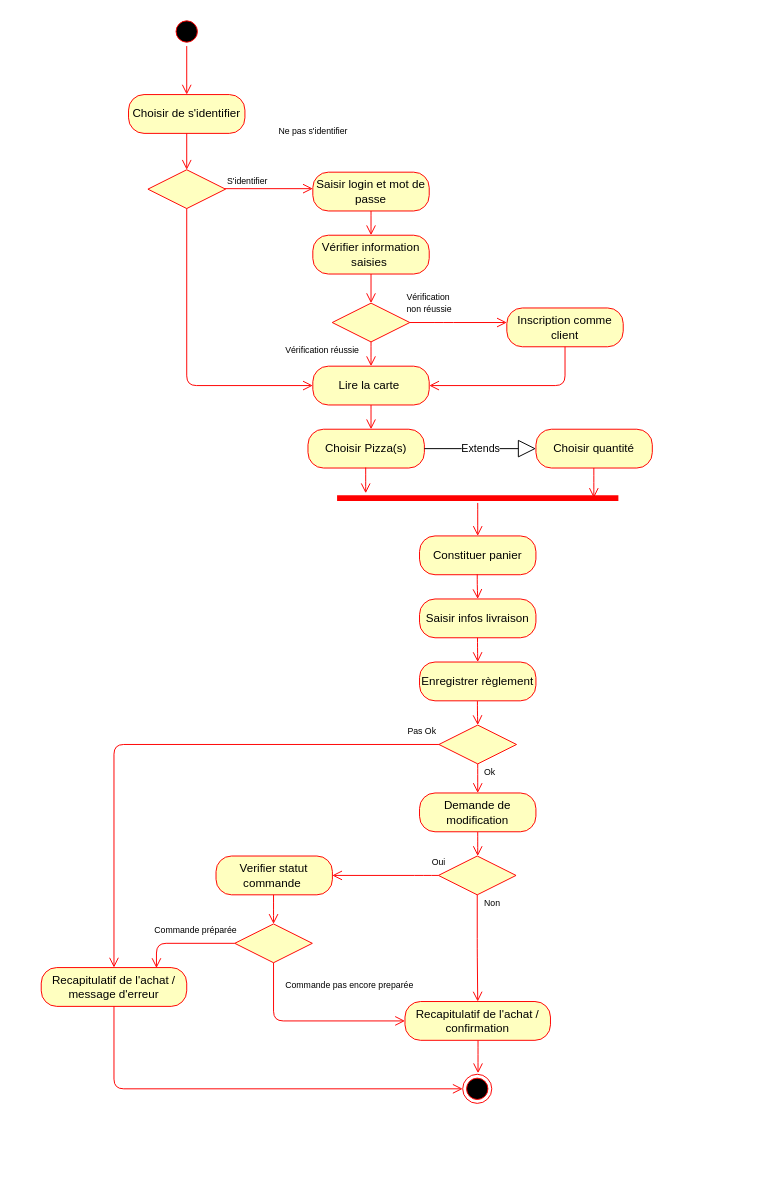
Before: page "Use-Case Passer une commande" (5 of 5) of P5-UseCase-definotion.drawio in Ketut38/OC-P5-Pizza, a draw.io diagram. Source tidied: cells renumbered, new cells numbered last; positions are measured from the earlier drawing's top-left corner, leaving out a move shared by most shapes. Both pictures are drawn from the tidied source at 97%, with x=0, y=0 at pixel (41, 16).
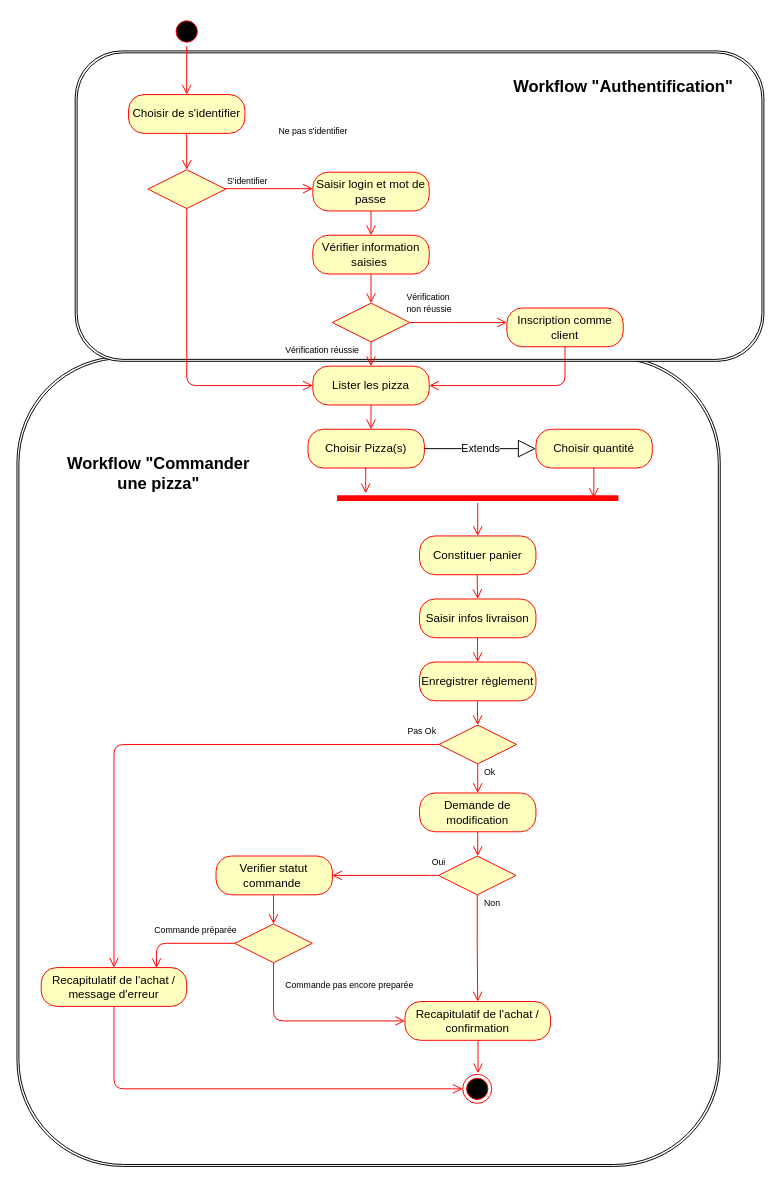
After the change.

What changed in the source:
```diff
@@
+    <mxCell id="51" style="shape=ext;double=1;rounded=1;whiteSpace=wrap;html=1;fontSize=15;" parent="1" vertex="1">
+      <mxGeometry x="-25" y="350" width="725" height="835" as="geometry" />
+    </mxCell>
+    <mxCell id="52" style="shape=ext;double=1;rounded=1;whiteSpace=wrap;html=1;fontSize=15;" parent="1" vertex="1">
+      <mxGeometry x="35" y="35" width="710" height="320" as="geometry" />
+    </mxCell>
@@
-    <mxCell id="17" value="Lire la carte&amp;nbsp;" style="rounded=1;whiteSpace=wrap;html=1;arcSize=40;fontColor=#000000;fillColor=#ffffc0;strokeColor=#ff0000;" parent="1" vertex="1">
+    <mxCell id="17" value="Lister les pizza" style="rounded=1;whiteSpace=wrap;html=1;arcSize=40;fontColor=#000000;fillColor=#ffffc0;strokeColor=#ff0000;" parent="1" vertex="1">
       <mxGeometry x="280" y="360" width="120" height="40" as="geometry" />
     </mxCell>
@@
+    <mxCell id="53" value="&lt;font style=&quot;font-size: 17px&quot;&gt;&lt;b&gt;Workflow &quot;Authentification&quot;&lt;/b&gt;&lt;/font&gt;" style="text;html=1;align=left;verticalAlign=top;spacingTop=-4;fontSize=15;" parent="1" vertex="1">
+      <mxGeometry x="485" y="60" width="240" height="25" as="geometry" />
+    </mxCell>
+    <mxCell id="54" value="&lt;font style=&quot;font-size: 17px&quot;&gt;&lt;b&gt;Workflow &quot;Commander&lt;br&gt;&amp;nbsp; &amp;nbsp; &amp;nbsp; &amp;nbsp; &amp;nbsp; &amp;nbsp;une pizza&quot;&lt;br&gt;&lt;/b&gt;&lt;/font&gt;" style="text;html=1;align=left;verticalAlign=top;spacingTop=-4;fontSize=15;" parent="1" vertex="1">
+      <mxGeometry x="25" y="448.9" width="200" height="40" as="geometry" />
+    </mxCell>
```
